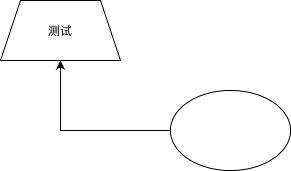
HarryCiCi/draw keeps this draw.io diagram as Untitled Diagram.png. Above is the earlier version. Source tidied: cells renumbered, new cells last; positions are measured from the earlier drawing's top-left corner, leaving out a move shared by most shapes.
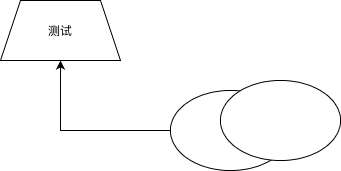
After the change.

The edit, as a diff of the source:
```diff
@@ -11,5 +11,8 @@
     <mxCell id="4" value="测试" style="shape=trapezoid;perimeter=trapezoidPerimeter;whiteSpace=wrap;html=1;fixedSize=1;" parent="1" vertex="1">
       <mxGeometry width="120" height="60" as="geometry" />
     </mxCell>
+    <mxCell id="5" style="ellipse;whiteSpace=wrap;html=1;" parent="1" vertex="1">
+      <mxGeometry x="220" y="80" width="120" height="80" as="geometry" />
+    </mxCell>
   </root>
 </mxGraphModel>
```
